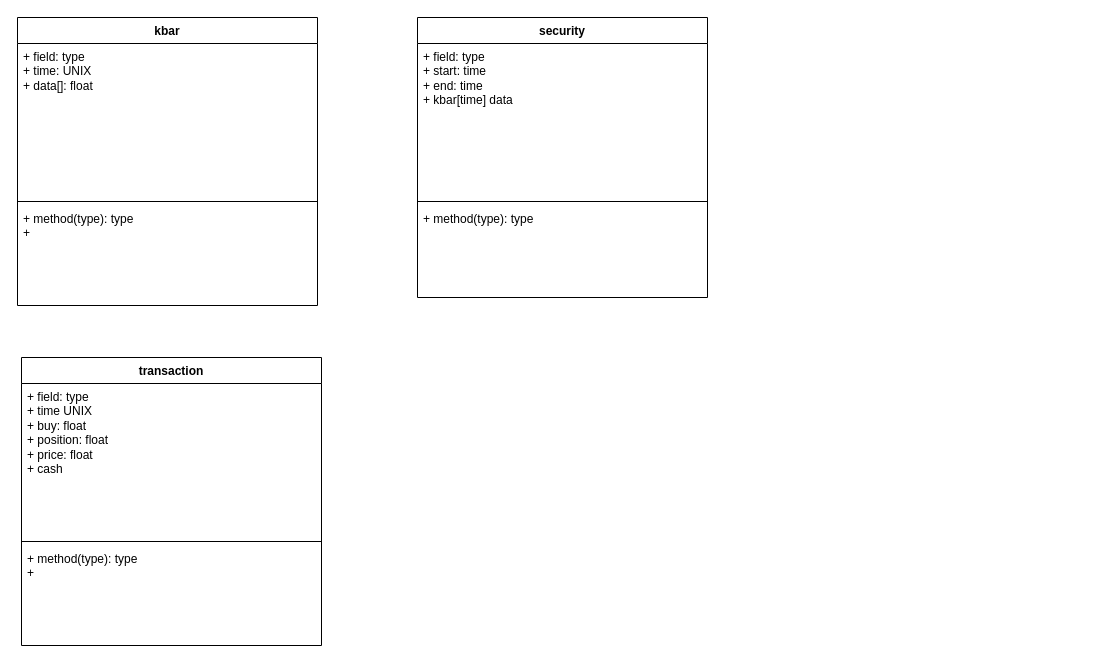
penguin72487/tradebot keeps this draw.io diagram as FinTechML/Library/未命名绘图.drawio. Above is the earlier version. Source tidied: cells renumbered, new cells numbered last; positions are measured from the earlier drawing's top-left corner, leaving out a move shared by most shapes. Both pictures are drawn from the tidied source at 100%, with x=0, y=0 at pixel (17, 17).
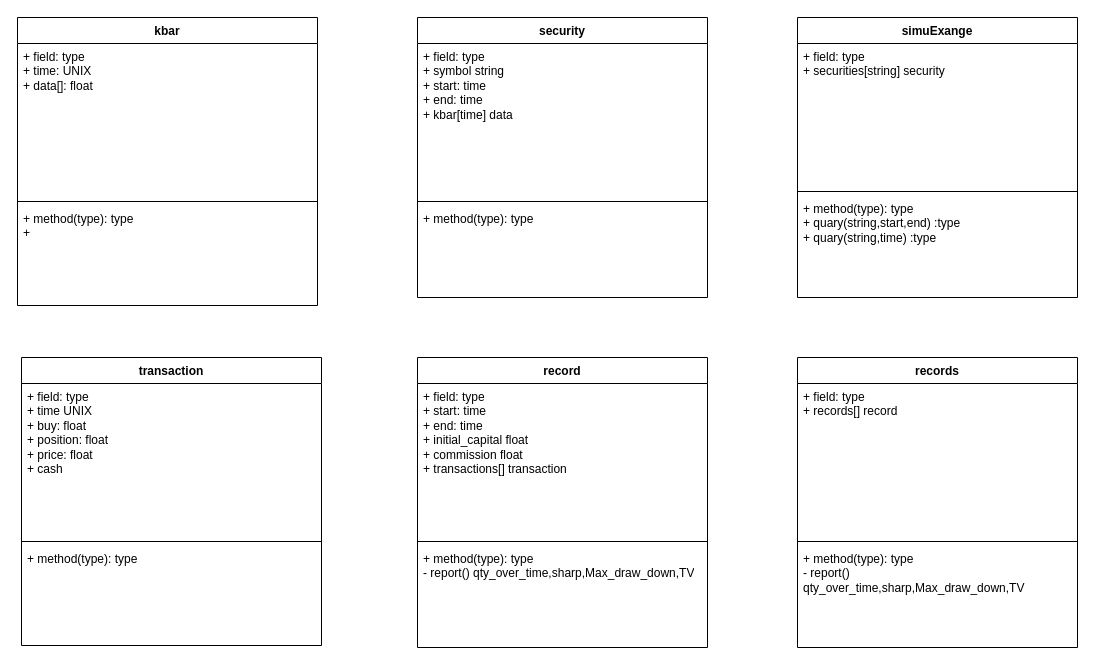
Above is the later version.

Unchanged cells that the change refers to:
```xml
<mxCell id="6" value="security" style="swimlane;fontStyle=1;align=center;verticalAlign=top;horizontal=1;startSize=26;whiteSpace=wrap;html=1;" parent="1" vertex="1">
  <mxGeometry x="400" width="290" height="280" as="geometry" />
</mxCell>
<mxCell id="10" value="transaction" style="swimlane;fontStyle=1;align=center;verticalAlign=top;horizontal=1;startSize=26;whiteSpace=wrap;html=1;" parent="1" vertex="1">
  <mxGeometry x="4" y="340" width="300" height="288" as="geometry" />
</mxCell>
```

What changed in the source:
```diff
@@
-    <mxCell id="7" value="+ field: type&lt;div&gt;+ start: time&lt;/div&gt;&lt;div&gt;+ end: time&lt;/div&gt;&lt;div&gt;+ kbar[time] data&amp;nbsp;&lt;/div&gt;" style="text;strokeColor=none;fillColor=none;align=left;verticalAlign=top;spacingLeft=4;spacingRight=4;overflow=hidden;whiteSpace=wrap;html=1;" parent="6" vertex="1">
+    <mxCell id="7" value="+ field: type&lt;div&gt;+ s&lt;span style=&quot;background-color: transparent; color: light-dark(rgb(0, 0, 0), rgb(255, 255, 255));&quot;&gt;ymbol string&lt;/span&gt;&lt;/div&gt;&lt;div&gt;&lt;div&gt;+ start: time&lt;/div&gt;&lt;div&gt;+ end: time&lt;/div&gt;&lt;div&gt;+ kbar[time] data&amp;nbsp;&lt;/div&gt;&lt;/div&gt;" style="text;strokeColor=none;fillColor=none;align=left;verticalAlign=top;spacingLeft=4;spacingRight=4;overflow=hidden;whiteSpace=wrap;html=1;" parent="6" vertex="1">
       <mxGeometry y="26" width="290" height="154" as="geometry" />
     </mxCell>
@@
-    <mxCell id="13" value="+ method(type): type&lt;br&gt;+&amp;nbsp;" style="text;strokeColor=none;fillColor=none;align=left;verticalAlign=top;spacingLeft=4;spacingRight=4;overflow=hidden;whiteSpace=wrap;html=1;" parent="10" vertex="1">
+    <mxCell id="13" value="+ method(type): type&lt;div&gt;&lt;br/&gt;&lt;/div&gt;" style="text;strokeColor=none;fillColor=none;align=left;verticalAlign=top;spacingLeft=4;spacingRight=4;overflow=hidden;whiteSpace=wrap;html=1;" parent="10" vertex="1">
       <mxGeometry y="188" width="300" height="100" as="geometry" />
     </mxCell>
+    <mxCell id="14" value="simuExange" style="swimlane;fontStyle=1;align=center;verticalAlign=top;horizontal=1;startSize=26;whiteSpace=wrap;html=1;" parent="1" vertex="1">
+      <mxGeometry x="780" width="280" height="280" as="geometry" />
+    </mxCell>
+    <mxCell id="15" value="+ field: type&lt;div&gt;+&amp;nbsp;&lt;span style=&quot;text-align: center; background-color: transparent; color: light-dark(rgb(0, 0, 0), rgb(255, 255, 255));&quot;&gt;securities[string] security&amp;nbsp;&lt;/span&gt;&lt;/div&gt;" style="text;strokeColor=none;fillColor=none;align=left;verticalAlign=top;spacingLeft=4;spacingRight=4;overflow=hidden;whiteSpace=wrap;html=1;" parent="14" vertex="1">
+      <mxGeometry y="26" width="280" height="144" as="geometry" />
+    </mxCell>
+    <mxCell id="16" style="line;strokeWidth=1;fillColor=none;align=left;verticalAlign=middle;spacingTop=-1;spacingLeft=3;spacingRight=3;labelPosition=right;strokeColor=inherit;" parent="14" vertex="1">
+      <mxGeometry y="170" width="280" height="8" as="geometry" />
+    </mxCell>
+    <mxCell id="17" value="+ method(type): type&lt;div&gt;+ quary(string,start,end) :type&lt;/div&gt;&lt;div&gt;+ quary&lt;span style=&quot;background-color: transparent; color: light-dark(rgb(0, 0, 0), rgb(255, 255, 255));&quot;&gt;(string,time) :type&lt;/span&gt;&lt;/div&gt;" style="text;strokeColor=none;fillColor=none;align=left;verticalAlign=top;spacingLeft=4;spacingRight=4;overflow=hidden;whiteSpace=wrap;html=1;" parent="14" vertex="1">
+      <mxGeometry y="178" width="280" height="102" as="geometry" />
+    </mxCell>
+    <mxCell id="18" value="record" style="swimlane;fontStyle=1;align=center;verticalAlign=top;horizontal=1;startSize=26;whiteSpace=wrap;html=1;" parent="1" vertex="1">
+      <mxGeometry x="400" y="340" width="290" height="290" as="geometry" />
+    </mxCell>
+    <mxCell id="19" value="+ field: type&lt;br&gt;&lt;div&gt;+ start: time&lt;/div&gt;&lt;div&gt;+ end: time&lt;/div&gt;+ initial_capital float&lt;div&gt;+ commission float&lt;/div&gt;&lt;div&gt;+ transactions[] transaction&lt;/div&gt;" style="text;strokeColor=none;fillColor=none;align=left;verticalAlign=top;spacingLeft=4;spacingRight=4;overflow=hidden;whiteSpace=wrap;html=1;" parent="18" vertex="1">
+      <mxGeometry y="26" width="290" height="154" as="geometry" />
+    </mxCell>
+    <mxCell id="20" style="line;strokeWidth=1;fillColor=none;align=left;verticalAlign=middle;spacingTop=-1;spacingLeft=3;spacingRight=3;labelPosition=right;strokeColor=inherit;" parent="18" vertex="1">
+      <mxGeometry y="180" width="290" height="8" as="geometry" />
+    </mxCell>
+    <mxCell id="21" value="+ method(type): type&lt;div&gt;- report() qty_over_time,sharp,Max_draw_down,TV&lt;/div&gt;" style="text;strokeColor=none;fillColor=none;align=left;verticalAlign=top;spacingLeft=4;spacingRight=4;overflow=hidden;whiteSpace=wrap;html=1;" parent="18" vertex="1">
+      <mxGeometry y="188" width="290" height="102" as="geometry" />
+    </mxCell>
+    <mxCell id="22" value="records" style="swimlane;fontStyle=1;align=center;verticalAlign=top;horizontal=1;startSize=26;whiteSpace=wrap;html=1;" parent="1" vertex="1">
+      <mxGeometry x="780" y="340" width="280" height="290" as="geometry" />
+    </mxCell>
+    <mxCell id="23" value="+ field: type&lt;div&gt;+ records[] record&lt;/div&gt;" style="text;strokeColor=none;fillColor=none;align=left;verticalAlign=top;spacingLeft=4;spacingRight=4;overflow=hidden;whiteSpace=wrap;html=1;" parent="22" vertex="1">
+      <mxGeometry y="26" width="280" height="154" as="geometry" />
+    </mxCell>
+    <mxCell id="24" style="line;strokeWidth=1;fillColor=none;align=left;verticalAlign=middle;spacingTop=-1;spacingLeft=3;spacingRight=3;labelPosition=right;strokeColor=inherit;" parent="22" vertex="1">
+      <mxGeometry y="180" width="280" height="8" as="geometry" />
+    </mxCell>
+    <mxCell id="25" value="+ method(type): type&lt;div&gt;- report() qty_over_time,sharp,Max_draw_down,TV&lt;/div&gt;" style="text;strokeColor=none;fillColor=none;align=left;verticalAlign=top;spacingLeft=4;spacingRight=4;overflow=hidden;whiteSpace=wrap;html=1;" parent="22" vertex="1">
+      <mxGeometry y="188" width="280" height="102" as="geometry" />
+    </mxCell>
```
